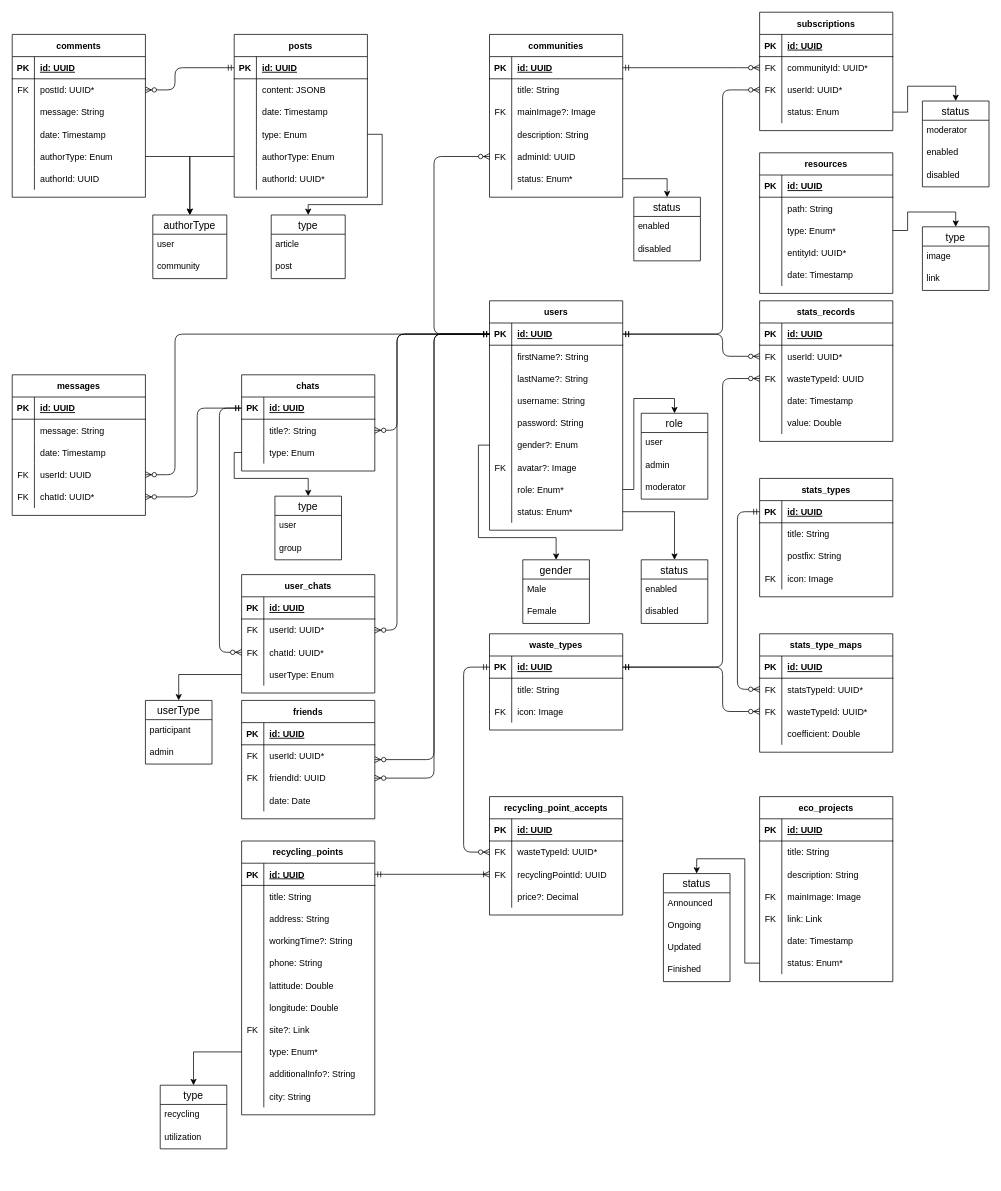
This is page "Database" (1 of 3) of project.drawio from EcoBeko/docs, a draw.io file, before an edit. Source tidied: cells renumbered, new cells numbered last; positions are measured from the earlier drawing's top-left corner, leaving out a move shared by most shapes. Both pictures are drawn from the tidied source at 74%, with x=0, y=0 at pixel (12, 12).
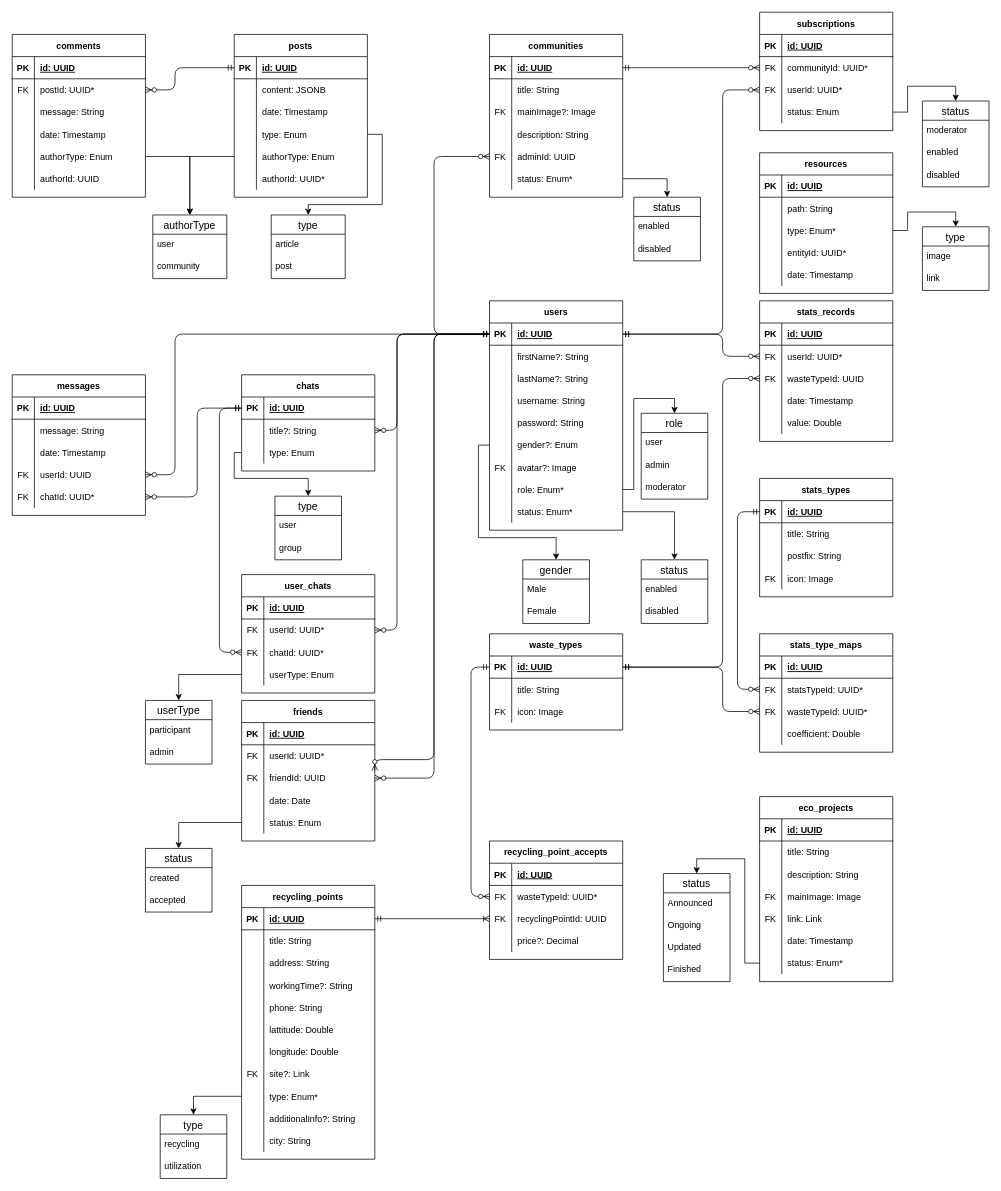
Above is the later version.

Commit message (it also covers changes not shown here):
fix(friends): status added

The change refers to these unchanged cells:
```xml
<mxCell id="80" style="shape=partialRectangle;fillColor=none;top=0;left=0;bottom=1;right=0;points=[[0,0.5],[1,0.5]];portConstraint=eastwest;" parent="79" vertex="1">
  <mxGeometry y="30" width="180" height="30" as="geometry" />
</mxCell>
<mxCell id="93" style="shape=partialRectangle;fillColor=none;top=0;left=0;bottom=0;right=0;points=[[0,0.5],[1,0.5]];portConstraint=eastwest;" parent="89" vertex="1">
  <mxGeometry y="60" width="180" height="30" as="geometry" />
</mxCell>
```

Diff of the diagram source:
```diff
@@
     <mxCell id="30" value="friends" style="shape=table;startSize=30;childLayout=tableLayout;rowLines=0;fontStyle=1;align=center;" parent="1" vertex="1">
-      <mxGeometry x="310" y="930" width="180" height="160" as="geometry" />
+      <mxGeometry x="310" y="930" width="180" height="190" as="geometry" />
     </mxCell>
@@
+    <mxCell id="359" style="shape=partialRectangle;fillColor=none;top=0;left=0;bottom=0;right=0;" parent="30" vertex="1">
+      <mxGeometry y="120" width="180" height="30" as="geometry" />
+    </mxCell>
+    <mxCell id="360" style="shape=partialRectangle;fillColor=none;top=0;left=0;bottom=0;right=0;overflow=hidden;" parent="359" vertex="1">
+      <mxGeometry width="30" height="30" as="geometry" />
+    </mxCell>
+    <mxCell id="361" value="date: Date" style="shape=partialRectangle;fillColor=none;top=0;left=0;bottom=0;right=0;align=left;spacingLeft=6;overflow=hidden;" parent="359" vertex="1">
+      <mxGeometry x="30" width="150" height="30" as="geometry" />
+    </mxCell>
     <mxCell id="40" style="shape=partialRectangle;fillColor=none;top=0;left=0;bottom=0;right=0;points=[[0,0.5],[1,0.5]];portConstraint=eastwest;" parent="30" vertex="1">
-      <mxGeometry y="120" width="180" height="30" as="geometry" />
+      <mxGeometry y="150" width="180" height="30" as="geometry" />
     </mxCell>
@@
-    <mxCell id="42" value="date: Date" style="shape=partialRectangle;fillColor=none;top=0;left=0;bottom=0;right=0;align=left;spacingLeft=6;overflow=hidden;" parent="40" vertex="1">
+    <mxCell id="42" value="status: Enum" style="shape=partialRectangle;fillColor=none;top=0;left=0;bottom=0;right=0;align=left;spacingLeft=6;overflow=hidden;" parent="40" vertex="1">
       <mxGeometry x="30" width="150" height="30" as="geometry" />
     </mxCell>
@@
     <mxCell id="45" value="recycling_points" style="shape=table;startSize=30;childLayout=tableLayout;rowLines=0;fontStyle=1;align=center;" parent="1" vertex="1">
-      <mxGeometry x="310" y="1120" width="180" height="370" as="geometry" />
+      <mxGeometry x="310" y="1180" width="180" height="370" as="geometry" />
     </mxCell>
@@
     <mxCell id="89" value="recycling_point_accepts" style="shape=table;startSize=30;childLayout=tableLayout;rowLines=0;fontStyle=1;align=center;" parent="1" vertex="1">
-      <mxGeometry x="645" y="1060" width="180" height="160" as="geometry" />
+      <mxGeometry x="645" y="1120" width="180" height="160" as="geometry" />
     </mxCell>
@@
     <mxCell id="103" style="edgeStyle=orthogonalEdgeStyle;fontSize=12;html=1;endArrow=ERzeroToMany;startArrow=ERmandOne;exitX=0;exitY=0.5;exitDx=0;exitDy=0;entryX=0;entryY=0.5;entryDx=0;entryDy=0;" parent="1" edge="1" source="80" target="93">
       <mxGeometry relative="1" as="geometry">
         <Array as="points">
-          <mxPoint x="610" y="885" />
-          <mxPoint x="610" y="1135" />
+          <mxPoint x="620" y="885" />
+          <mxPoint x="620" y="1195" />
         </Array>
       </mxGeometry>
     </mxCell>
@@
     <mxCell id="235" value="type" style="swimlane;fontStyle=0;horizontal=1;startSize=26;align=center;fontSize=14;" parent="1" vertex="1">
-      <mxGeometry x="200" y="1450" width="90" height="86" as="geometry" />
+      <mxGeometry x="200" y="1490" width="90" height="86" as="geometry" />
     </mxCell>
@@
+    <mxCell id="362" value="status" style="swimlane;fontStyle=0;horizontal=1;startSize=26;align=center;fontSize=14;" parent="1" vertex="1">
+      <mxGeometry x="180" y="1130" width="90" height="86" as="geometry" />
+    </mxCell>
+    <mxCell id="363" value="created" style="text;strokeColor=none;fillColor=none;spacingLeft=4;spacingRight=4;overflow=hidden;fontSize=12;" parent="362" vertex="1">
+      <mxGeometry y="26" width="90" height="30" as="geometry" />
+    </mxCell>
+    <mxCell id="364" value="accepted" style="text;strokeColor=none;fillColor=none;spacingLeft=4;spacingRight=4;overflow=hidden;fontSize=12;" parent="362" vertex="1">
+      <mxGeometry y="56" width="90" height="30" as="geometry" />
+    </mxCell>
+    <mxCell id="365" style="edgeStyle=orthogonalEdgeStyle;rounded=0;jettySize=auto;html=1;entryX=0.5;entryY=0;entryDx=0;entryDy=0;" parent="1" edge="1" source="40" target="362">
+      <mxGeometry relative="1" as="geometry" />
+    </mxCell>
```
